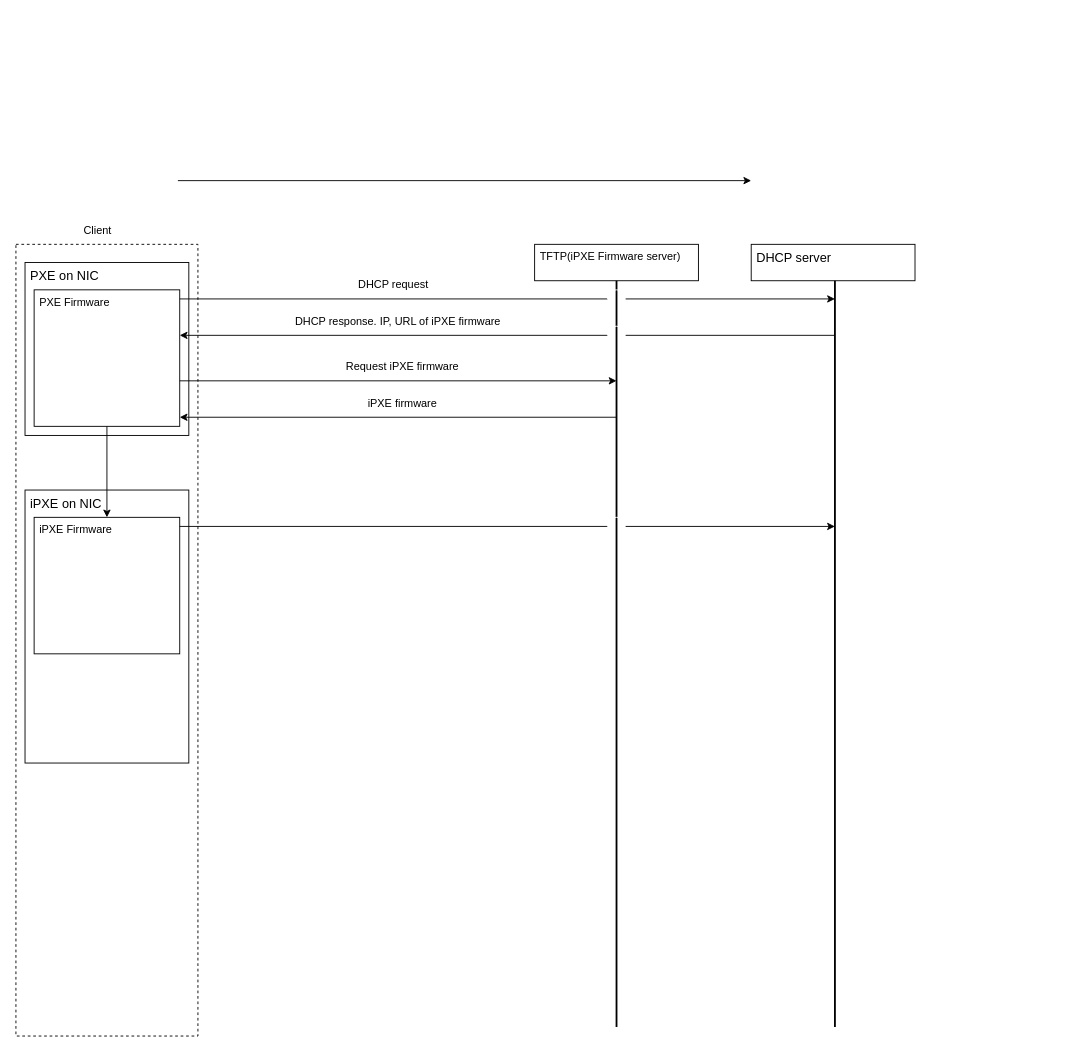
Before: page "Page-1" (1 of 2) of 06_iPXE/img/Diagrams.drawio in hobby-labs/note2, a draw.io diagram. Source tidied: cells renumbered, new cells numbered last; positions are measured from the earlier drawing's top-left corner, leaving out a move shared by most shapes. Both pictures are drawn from the tidied source at 91%, with x=0, y=0 at pixel (15, 180).
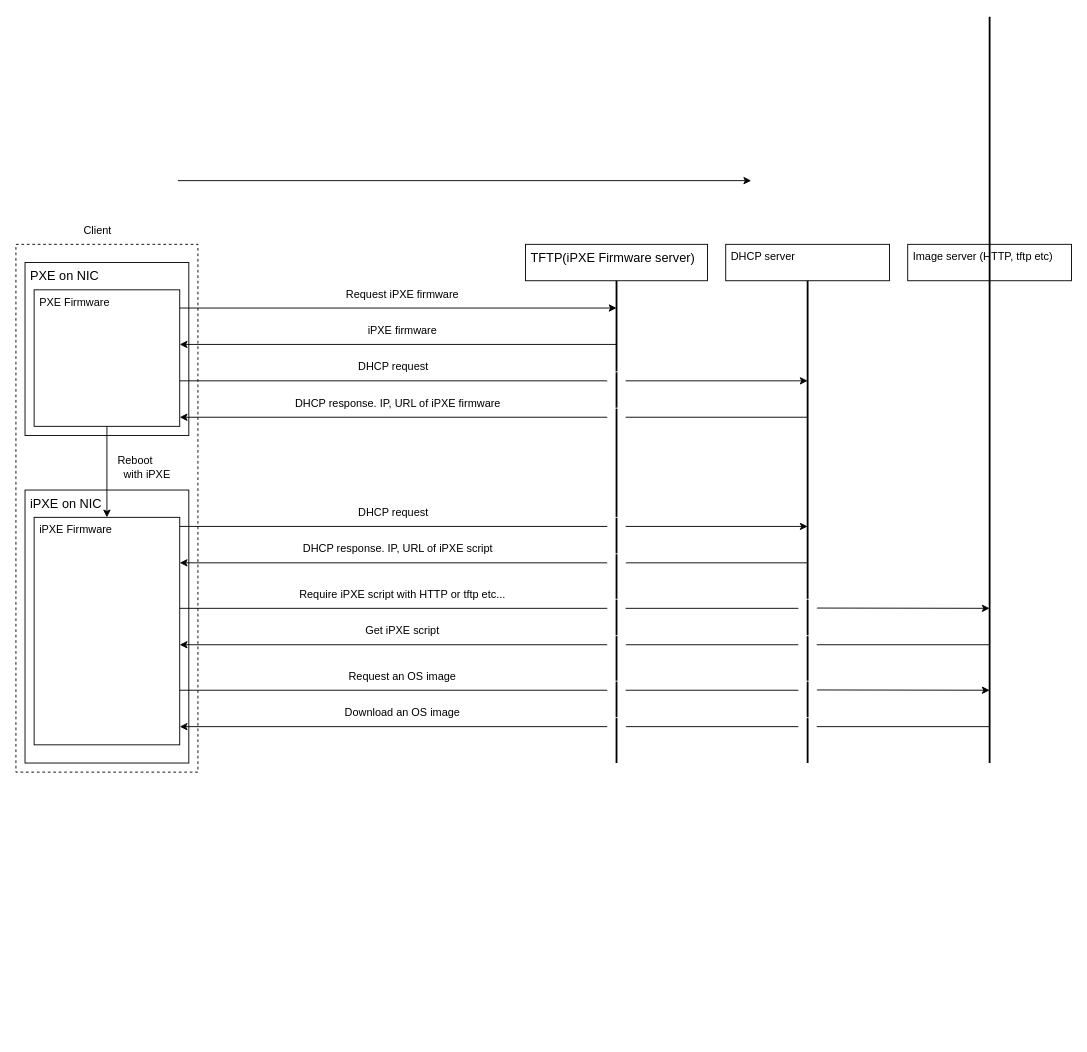
The same diagram, later.

The edit, as a diff of the source:
```diff
@@
     <mxCell id="2" style="rounded=0;whiteSpace=wrap;html=1;dashed=1;" parent="1" vertex="1">
-      <mxGeometry y="70" width="200" height="870" as="geometry" />
+      <mxGeometry y="70" width="200" height="580" as="geometry" />
     </mxCell>
@@
-    <mxCell id="4" value="&lt;span style=&quot;font-size: 14px;&quot;&gt;DHCP server&lt;/span&gt;" style="rounded=0;whiteSpace=wrap;html=1;align=left;verticalAlign=top;spacingLeft=4;" parent="1" vertex="1">
-      <mxGeometry x="808" y="70" width="180" height="40" as="geometry" />
+    <mxCell id="4" value="&lt;span style=&quot;font-size: 14px;&quot;&gt;TFTP(iPXE Firmware server)&lt;/span&gt;" style="rounded=0;whiteSpace=wrap;html=1;align=left;verticalAlign=top;spacingLeft=4;" parent="1" vertex="1">
+      <mxGeometry x="560" y="70" width="200" height="40" as="geometry" />
     </mxCell>
@@
-    <mxCell id="7" style="endArrow=none;html=1;rounded=0;endFill=0;" parent="1" edge="1">
-      <mxGeometry relative="1" as="geometry">
-        <mxPoint x="180" y="130" as="sourcePoint" />
-        <mxPoint x="650" y="130" as="targetPoint" />
-      </mxGeometry>
-    </mxCell>
     <mxCell id="8" value="DHCP request" style="text;html=1;strokeColor=none;fillColor=none;align=center;verticalAlign=middle;whiteSpace=wrap;rounded=0;" parent="1" vertex="1">
-      <mxGeometry x="360" y="100" width="110" height="30" as="geometry" />
+      <mxGeometry x="360" y="190" width="110" height="30" as="geometry" />
     </mxCell>
-    <mxCell id="9" style="endArrow=classic;html=1;rounded=0;" parent="1" edge="1">
-      <mxGeometry relative="1" as="geometry">
-        <mxPoint x="650" y="170" as="sourcePoint" />
-        <mxPoint x="180" y="170" as="targetPoint" />
-      </mxGeometry>
-    </mxCell>
     <mxCell id="10" value="DHCP response. IP, URL of iPXE firmware" style="text;html=1;strokeColor=none;fillColor=none;align=center;verticalAlign=middle;whiteSpace=wrap;rounded=0;" parent="1" vertex="1">
-      <mxGeometry x="300" y="140" width="240" height="30" as="geometry" />
+      <mxGeometry x="300" y="230" width="240" height="30" as="geometry" />
     </mxCell>
@@
-    <mxCell id="12" value="TFTP(iPXE Firmware server)" style="rounded=0;whiteSpace=wrap;html=1;align=left;verticalAlign=top;spacingLeft=4;" parent="1" vertex="1">
-      <mxGeometry x="570" y="70" width="180" height="40" as="geometry" />
+    <mxCell id="12" value="DHCP server" style="rounded=0;whiteSpace=wrap;html=1;align=left;verticalAlign=top;spacingLeft=4;" parent="1" vertex="1">
+      <mxGeometry x="780" y="70" width="180" height="40" as="geometry" />
     </mxCell>
     <mxCell id="13" style="endArrow=none;html=1;rounded=0;entryX=0.5;entryY=1;entryDx=0;entryDy=0;fontSize=11;strokeWidth=2;" parent="1" edge="1" target="12">
       <mxGeometry relative="1" as="geometry">
-        <mxPoint x="660" y="930" as="sourcePoint" />
+        <mxPoint x="870" y="640" as="sourcePoint" />
       </mxGeometry>
     </mxCell>
     <mxCell id="14" style="endArrow=none;html=1;rounded=0;entryX=0.5;entryY=1;entryDx=0;entryDy=0;fontSize=11;strokeWidth=2;" parent="1" edge="1">
       <mxGeometry relative="1" as="geometry">
-        <mxPoint x="900" y="930" as="sourcePoint" />
-        <mxPoint x="900" y="110" as="targetPoint" />
+        <mxPoint x="660" y="640" as="sourcePoint" />
+        <mxPoint x="660" y="110" as="targetPoint" />
       </mxGeometry>
     </mxCell>
-    <mxCell id="15" style="curved=1;endArrow=none;html=1;rounded=0;strokeColor=#FFFFFF;endFill=0;" parent="1" edge="1">
-      <mxGeometry relative="1" as="geometry">
-        <mxPoint x="670" y="130" as="sourcePoint" />
-        <mxPoint x="650" y="130" as="targetPoint" />
-        <Array as="points">
-          <mxPoint x="670" y="120" />
-          <mxPoint x="650" y="120" />
-        </Array>
-      </mxGeometry>
-    </mxCell>
-    <mxCell id="16" style="endArrow=classic;html=1;rounded=0;endFill=1;" parent="1" edge="1">
-      <mxGeometry relative="1" as="geometry">
-        <mxPoint x="670" y="130" as="sourcePoint" />
-        <mxPoint x="900" y="130" as="targetPoint" />
-      </mxGeometry>
-    </mxCell>
-    <mxCell id="17" style="curved=1;endArrow=none;html=1;rounded=0;strokeColor=#FFFFFF;endFill=0;" parent="1" edge="1">
-      <mxGeometry relative="1" as="geometry">
-        <mxPoint x="670" y="170" as="sourcePoint" />
-        <mxPoint x="650" y="170" as="targetPoint" />
-        <Array as="points">
-          <mxPoint x="670" y="160" />
-          <mxPoint x="650" y="160" />
-        </Array>
-      </mxGeometry>
-    </mxCell>
-    <mxCell id="18" style="endArrow=none;html=1;rounded=0;endFill=0;" parent="1" edge="1">
-      <mxGeometry relative="1" as="geometry">
-        <mxPoint x="670" y="170" as="sourcePoint" />
-        <mxPoint x="900" y="170" as="targetPoint" />
-      </mxGeometry>
-    </mxCell>
     <mxCell id="19" style="endArrow=classic;html=1;rounded=0;endFill=1;" parent="1" edge="1">
       <mxGeometry relative="1" as="geometry">
-        <mxPoint x="180" y="220" as="sourcePoint" />
-        <mxPoint x="660" y="220" as="targetPoint" />
+        <mxPoint x="180" y="140" as="sourcePoint" />
+        <mxPoint x="660" y="140" as="targetPoint" />
       </mxGeometry>
     </mxCell>
     <mxCell id="20" value="Request iPXE firmware" style="text;html=1;strokeColor=none;fillColor=none;align=center;verticalAlign=middle;whiteSpace=wrap;rounded=0;" parent="1" vertex="1">
-      <mxGeometry x="350" y="190" width="150" height="30" as="geometry" />
+      <mxGeometry x="350" y="110" width="150" height="30" as="geometry" />
     </mxCell>
     <mxCell id="21" style="endArrow=classic;html=1;rounded=0;" parent="1" edge="1">
       <mxGeometry relative="1" as="geometry">
-        <mxPoint x="660" y="260" as="sourcePoint" />
-        <mxPoint x="180" y="260" as="targetPoint" />
+        <mxPoint x="660" y="180" as="sourcePoint" />
+        <mxPoint x="180" y="180" as="targetPoint" />
       </mxGeometry>
     </mxCell>
     <mxCell id="22" value="iPXE firmware" style="text;html=1;strokeColor=none;fillColor=none;align=center;verticalAlign=middle;whiteSpace=wrap;rounded=0;" parent="1" vertex="1">
-      <mxGeometry x="350" y="230" width="150" height="30" as="geometry" />
+      <mxGeometry x="350" y="150" width="150" height="30" as="geometry" />
     </mxCell>
@@
     <mxCell id="24" value="iPXE Firmware" style="rounded=0;whiteSpace=wrap;html=1;align=left;verticalAlign=top;spacingLeft=4;" parent="1" vertex="1">
-      <mxGeometry x="20" y="370" width="160" height="150" as="geometry" />
+      <mxGeometry x="20" y="370" width="160" height="250" as="geometry" />
     </mxCell>
@@
+    <mxCell id="29" value="DHCP request" style="text;html=1;strokeColor=none;fillColor=none;align=center;verticalAlign=middle;whiteSpace=wrap;rounded=0;" parent="1" vertex="1">
+      <mxGeometry x="360" y="350" width="110" height="30" as="geometry" />
+    </mxCell>
+    <mxCell id="30" value="Reboot &lt;br&gt;&amp;nbsp; with iPXE" style="text;html=1;strokeColor=none;fillColor=none;align=left;verticalAlign=middle;whiteSpace=wrap;rounded=0;" parent="1" vertex="1">
+      <mxGeometry x="110" y="300" width="110" height="30" as="geometry" />
+    </mxCell>
+    <mxCell id="31" value="DHCP response. IP, URL of iPXE script" style="text;html=1;strokeColor=none;fillColor=none;align=center;verticalAlign=middle;whiteSpace=wrap;rounded=0;" parent="1" vertex="1">
+      <mxGeometry x="300" y="390" width="240" height="30" as="geometry" />
+    </mxCell>
+    <mxCell id="32" style="group;" parent="1" vertex="1">
+      <mxGeometry x="180" y="210" width="690" height="10" as="geometry" />
+    </mxCell>
+    <mxCell id="7" style="endArrow=none;html=1;rounded=0;endFill=0;" parent="32" edge="1">
+      <mxGeometry relative="1" as="geometry">
+        <mxPoint y="10" as="sourcePoint" />
+        <mxPoint x="470" y="10" as="targetPoint" />
+      </mxGeometry>
+    </mxCell>
+    <mxCell id="15" style="curved=1;endArrow=none;html=1;rounded=0;strokeColor=#FFFFFF;endFill=0;" parent="32" edge="1">
+      <mxGeometry relative="1" as="geometry">
+        <mxPoint x="490" y="10" as="sourcePoint" />
+        <mxPoint x="470" y="10" as="targetPoint" />
+        <Array as="points">
+          <mxPoint x="490" />
+          <mxPoint x="470" />
+        </Array>
+      </mxGeometry>
+    </mxCell>
+    <mxCell id="16" style="endArrow=classic;html=1;rounded=0;endFill=1;" parent="32" edge="1">
+      <mxGeometry relative="1" as="geometry">
+        <mxPoint x="490" y="10" as="sourcePoint" />
+        <mxPoint x="690" y="10" as="targetPoint" />
+      </mxGeometry>
+    </mxCell>
+    <mxCell id="33" style="group;" parent="1" vertex="1">
+      <mxGeometry x="180" y="250" width="690" height="10" as="geometry" />
+    </mxCell>
+    <mxCell id="9" style="endArrow=classic;html=1;rounded=0;" parent="33" edge="1">
+      <mxGeometry relative="1" as="geometry">
+        <mxPoint x="470" y="10" as="sourcePoint" />
+        <mxPoint y="10" as="targetPoint" />
+      </mxGeometry>
+    </mxCell>
+    <mxCell id="17" style="curved=1;endArrow=none;html=1;rounded=0;strokeColor=#FFFFFF;endFill=0;" parent="33" edge="1">
+      <mxGeometry relative="1" as="geometry">
+        <mxPoint x="490" y="10" as="sourcePoint" />
+        <mxPoint x="470" y="10" as="targetPoint" />
+        <Array as="points">
+          <mxPoint x="490" />
+          <mxPoint x="470" />
+        </Array>
+      </mxGeometry>
+    </mxCell>
+    <mxCell id="18" style="endArrow=none;html=1;rounded=0;endFill=0;" parent="33" edge="1">
+      <mxGeometry relative="1" as="geometry">
+        <mxPoint x="490" y="10" as="sourcePoint" />
+        <mxPoint x="690" y="10" as="targetPoint" />
+      </mxGeometry>
+    </mxCell>
+    <mxCell id="34" style="group;" parent="1" vertex="1">
+      <mxGeometry x="180" y="370" width="690" height="10" as="geometry" />
+    </mxCell>
-    <mxCell id="26" style="endArrow=none;html=1;rounded=0;endFill=0;" parent="1" edge="1">
+    <mxCell id="26" style="endArrow=none;html=1;rounded=0;endFill=0;" parent="34" edge="1">
       <mxGeometry relative="1" as="geometry">
-        <mxPoint x="180" y="380" as="sourcePoint" />
-        <mxPoint x="650" y="380" as="targetPoint" />
+        <mxPoint y="10" as="sourcePoint" />
+        <mxPoint x="470" y="10" as="targetPoint" />
       </mxGeometry>
     </mxCell>
-    <mxCell id="27" style="curved=1;endArrow=none;html=1;rounded=0;strokeColor=#FFFFFF;endFill=0;" parent="1" edge="1">
+    <mxCell id="27" style="curved=1;endArrow=none;html=1;rounded=0;strokeColor=#FFFFFF;endFill=0;" parent="34" edge="1">
       <mxGeometry relative="1" as="geometry">
-        <mxPoint x="670" y="380" as="sourcePoint" />
-        <mxPoint x="650" y="380" as="targetPoint" />
+        <mxPoint x="490" y="10" as="sourcePoint" />
+        <mxPoint x="470" y="10" as="targetPoint" />
         <Array as="points">
-          <mxPoint x="670" y="370" />
-          <mxPoint x="650" y="370" />
+          <mxPoint x="490" />
+          <mxPoint x="470" />
         </Array>
       </mxGeometry>
     </mxCell>
-    <mxCell id="28" style="endArrow=classic;html=1;rounded=0;endFill=1;" parent="1" edge="1">
+    <mxCell id="28" style="endArrow=classic;html=1;rounded=0;endFill=1;" parent="34" edge="1">
       <mxGeometry relative="1" as="geometry">
-        <mxPoint x="670" y="380" as="sourcePoint" />
-        <mxPoint x="900" y="380" as="targetPoint" />
+        <mxPoint x="490" y="10" as="sourcePoint" />
+        <mxPoint x="690" y="10" as="targetPoint" />
       </mxGeometry>
     </mxCell>
+    <mxCell id="35" style="group;" parent="1" vertex="1">
+      <mxGeometry x="180" y="410" width="690" height="10" as="geometry" />
+    </mxCell>
+    <mxCell id="36" style="endArrow=none;html=1;rounded=0;endFill=0;" parent="35" edge="1">
+      <mxGeometry relative="1" as="geometry">
+        <mxPoint x="490" y="10" as="sourcePoint" />
+        <mxPoint x="690" y="10" as="targetPoint" />
+      </mxGeometry>
+    </mxCell>
+    <mxCell id="37" style="endArrow=classic;html=1;rounded=0;" parent="35" edge="1">
+      <mxGeometry relative="1" as="geometry">
+        <mxPoint x="470" y="10" as="sourcePoint" />
+        <mxPoint y="10" as="targetPoint" />
+      </mxGeometry>
+    </mxCell>
+    <mxCell id="38" style="curved=1;endArrow=none;html=1;rounded=0;strokeColor=#FFFFFF;endFill=0;" parent="35" edge="1">
+      <mxGeometry relative="1" as="geometry">
+        <mxPoint x="490" y="10" as="sourcePoint" />
+        <mxPoint x="470" y="10" as="targetPoint" />
+        <Array as="points">
+          <mxPoint x="490" />
+          <mxPoint x="470" />
+        </Array>
+      </mxGeometry>
+    </mxCell>
+    <mxCell id="39" value="Image server (HTTP, tftp etc)" style="rounded=0;whiteSpace=wrap;html=1;align=left;verticalAlign=top;spacingLeft=4;" parent="1" vertex="1">
+      <mxGeometry x="980" y="70" width="180" height="40" as="geometry" />
+    </mxCell>
+    <mxCell id="40" style="endArrow=none;html=1;rounded=0;entryX=0.5;entryY=1;entryDx=0;entryDy=0;fontSize=11;strokeWidth=2;" parent="1" edge="1">
+      <mxGeometry relative="1" as="geometry">
+        <mxPoint x="1070" y="640" as="sourcePoint" />
+        <mxPoint x="1070" y="-180" as="targetPoint" />
+      </mxGeometry>
+    </mxCell>
+    <mxCell id="41" value="Require iPXE script with HTTP or tftp etc..." style="text;html=1;strokeColor=none;fillColor=none;align=center;verticalAlign=middle;whiteSpace=wrap;rounded=0;" parent="1" vertex="1">
+      <mxGeometry x="290" y="440" width="270" height="30" as="geometry" />
+    </mxCell>
+    <mxCell id="42" value="Get iPXE script" style="text;html=1;strokeColor=none;fillColor=none;align=center;verticalAlign=middle;whiteSpace=wrap;rounded=0;" parent="1" vertex="1">
+      <mxGeometry x="290" y="480" width="270" height="30" as="geometry" />
+    </mxCell>
+    <mxCell id="43" style="group;" parent="1" vertex="1">
+      <mxGeometry x="180" y="460" width="890" height="10" as="geometry" />
+    </mxCell>
+    <mxCell id="44" style="endArrow=none;html=1;rounded=0;endFill=0;" parent="43" edge="1">
+      <mxGeometry relative="1" as="geometry">
+        <mxPoint y="10" as="sourcePoint" />
+        <mxPoint x="470" y="10" as="targetPoint" />
+      </mxGeometry>
+    </mxCell>
+    <mxCell id="45" style="curved=1;endArrow=none;html=1;rounded=0;strokeColor=#FFFFFF;endFill=0;" parent="43" edge="1">
+      <mxGeometry relative="1" as="geometry">
+        <mxPoint x="490" y="10" as="sourcePoint" />
+        <mxPoint x="470" y="10" as="targetPoint" />
+        <Array as="points">
+          <mxPoint x="490" />
+          <mxPoint x="470" />
+        </Array>
+      </mxGeometry>
+    </mxCell>
+    <mxCell id="46" style="endArrow=classic;html=1;rounded=0;endFill=1;" parent="43" edge="1">
+      <mxGeometry relative="1" as="geometry">
+        <mxPoint x="700" y="9.7" as="sourcePoint" />
+        <mxPoint x="890" y="10" as="targetPoint" />
+      </mxGeometry>
+    </mxCell>
+    <mxCell id="47" style="endArrow=none;html=1;rounded=0;endFill=0;" parent="43" edge="1">
+      <mxGeometry relative="1" as="geometry">
+        <mxPoint x="490" y="10" as="sourcePoint" />
+        <mxPoint x="680" y="10" as="targetPoint" />
+      </mxGeometry>
+    </mxCell>
+    <mxCell id="48" style="curved=1;endArrow=none;html=1;rounded=0;strokeColor=#FFFFFF;endFill=0;" parent="43" edge="1">
+      <mxGeometry relative="1" as="geometry">
+        <mxPoint x="700" y="10" as="sourcePoint" />
+        <mxPoint x="680" y="10" as="targetPoint" />
+        <Array as="points">
+          <mxPoint x="700" />
+          <mxPoint x="680" />
+        </Array>
+      </mxGeometry>
+    </mxCell>
+    <mxCell id="49" style="group;" parent="1" vertex="1">
+      <mxGeometry x="180" y="500" width="890" height="10" as="geometry" />
+    </mxCell>
+    <mxCell id="50" style="endArrow=none;html=1;rounded=0;endFill=0;" parent="49" edge="1">
+      <mxGeometry relative="1" as="geometry">
+        <mxPoint x="490" y="10" as="sourcePoint" />
+        <mxPoint x="680" y="10" as="targetPoint" />
+      </mxGeometry>
+    </mxCell>
+    <mxCell id="51" style="endArrow=classic;html=1;rounded=0;" parent="49" edge="1">
+      <mxGeometry relative="1" as="geometry">
+        <mxPoint x="470" y="10" as="sourcePoint" />
+        <mxPoint y="10" as="targetPoint" />
+      </mxGeometry>
+    </mxCell>
+    <mxCell id="52" style="curved=1;endArrow=none;html=1;rounded=0;strokeColor=#FFFFFF;endFill=0;" parent="49" edge="1">
+      <mxGeometry relative="1" as="geometry">
+        <mxPoint x="490" y="10" as="sourcePoint" />
+        <mxPoint x="470" y="10" as="targetPoint" />
+        <Array as="points">
+          <mxPoint x="490" />
+          <mxPoint x="470" />
+        </Array>
+      </mxGeometry>
+    </mxCell>
+    <mxCell id="53" style="curved=1;endArrow=none;html=1;rounded=0;strokeColor=#FFFFFF;endFill=0;" parent="49" edge="1">
+      <mxGeometry relative="1" as="geometry">
+        <mxPoint x="700" y="10" as="sourcePoint" />
+        <mxPoint x="680" y="10" as="targetPoint" />
+        <Array as="points">
+          <mxPoint x="700" />
+          <mxPoint x="680" />
+        </Array>
+      </mxGeometry>
+    </mxCell>
+    <mxCell id="54" style="endArrow=none;html=1;rounded=0;endFill=0;" parent="49" edge="1">
+      <mxGeometry relative="1" as="geometry">
+        <mxPoint x="700" y="10" as="sourcePoint" />
+        <mxPoint x="890" y="10" as="targetPoint" />
+      </mxGeometry>
+    </mxCell>
+    <mxCell id="55" style="group;" parent="1" vertex="1">
+      <mxGeometry x="180" y="550" width="890" height="10" as="geometry" />
+    </mxCell>
+    <mxCell id="56" style="endArrow=none;html=1;rounded=0;endFill=0;" parent="55" edge="1">
+      <mxGeometry relative="1" as="geometry">
+        <mxPoint y="10" as="sourcePoint" />
+        <mxPoint x="470" y="10" as="targetPoint" />
+      </mxGeometry>
+    </mxCell>
+    <mxCell id="57" style="curved=1;endArrow=none;html=1;rounded=0;strokeColor=#FFFFFF;endFill=0;" parent="55" edge="1">
+      <mxGeometry relative="1" as="geometry">
+        <mxPoint x="490" y="10" as="sourcePoint" />
+        <mxPoint x="470" y="10" as="targetPoint" />
+        <Array as="points">
+          <mxPoint x="490" />
+          <mxPoint x="470" />
+        </Array>
+      </mxGeometry>
+    </mxCell>
+    <mxCell id="58" style="endArrow=classic;html=1;rounded=0;endFill=1;" parent="55" edge="1">
+      <mxGeometry relative="1" as="geometry">
+        <mxPoint x="700" y="9.7" as="sourcePoint" />
+        <mxPoint x="890" y="10" as="targetPoint" />
+      </mxGeometry>
+    </mxCell>
+    <mxCell id="59" style="endArrow=none;html=1;rounded=0;endFill=0;" parent="55" edge="1">
+      <mxGeometry relative="1" as="geometry">
+        <mxPoint x="490" y="10" as="sourcePoint" />
+        <mxPoint x="680" y="10" as="targetPoint" />
+      </mxGeometry>
+    </mxCell>
+    <mxCell id="60" style="curved=1;endArrow=none;html=1;rounded=0;strokeColor=#FFFFFF;endFill=0;" parent="55" edge="1">
+      <mxGeometry relative="1" as="geometry">
+        <mxPoint x="700" y="10" as="sourcePoint" />
+        <mxPoint x="680" y="10" as="targetPoint" />
+        <Array as="points">
+          <mxPoint x="700" />
+          <mxPoint x="680" />
+        </Array>
+      </mxGeometry>
+    </mxCell>
+    <mxCell id="61" value="Request an OS image" style="text;html=1;strokeColor=none;fillColor=none;align=center;verticalAlign=middle;whiteSpace=wrap;rounded=0;" parent="1" vertex="1">
+      <mxGeometry x="290" y="530" width="270" height="30" as="geometry" />
+    </mxCell>
+    <mxCell id="62" style="group;" parent="1" vertex="1">
+      <mxGeometry x="180" y="590" width="890" height="10" as="geometry" />
+    </mxCell>
+    <mxCell id="63" style="endArrow=none;html=1;rounded=0;endFill=0;" parent="62" edge="1">
+      <mxGeometry relative="1" as="geometry">
+        <mxPoint x="490" y="10" as="sourcePoint" />
+        <mxPoint x="680" y="10" as="targetPoint" />
+      </mxGeometry>
+    </mxCell>
+    <mxCell id="64" style="endArrow=classic;html=1;rounded=0;" parent="62" edge="1">
+      <mxGeometry relative="1" as="geometry">
+        <mxPoint x="470" y="10" as="sourcePoint" />
+        <mxPoint y="10" as="targetPoint" />
+      </mxGeometry>
+    </mxCell>
+    <mxCell id="65" style="curved=1;endArrow=none;html=1;rounded=0;strokeColor=#FFFFFF;endFill=0;" parent="62" edge="1">
+      <mxGeometry relative="1" as="geometry">
+        <mxPoint x="490" y="10" as="sourcePoint" />
+        <mxPoint x="470" y="10" as="targetPoint" />
+        <Array as="points">
+          <mxPoint x="490" />
+          <mxPoint x="470" />
+        </Array>
+      </mxGeometry>
+    </mxCell>
+    <mxCell id="66" style="curved=1;endArrow=none;html=1;rounded=0;strokeColor=#FFFFFF;endFill=0;" parent="62" edge="1">
+      <mxGeometry relative="1" as="geometry">
+        <mxPoint x="700" y="10" as="sourcePoint" />
+        <mxPoint x="680" y="10" as="targetPoint" />
+        <Array as="points">
+          <mxPoint x="700" />
+          <mxPoint x="680" />
+        </Array>
+      </mxGeometry>
+    </mxCell>
+    <mxCell id="67" style="endArrow=none;html=1;rounded=0;endFill=0;" parent="62" edge="1">
+      <mxGeometry relative="1" as="geometry">
+        <mxPoint x="700" y="10" as="sourcePoint" />
+        <mxPoint x="890" y="10" as="targetPoint" />
+      </mxGeometry>
+    </mxCell>
+    <mxCell id="68" value="Download an OS image" style="text;html=1;strokeColor=none;fillColor=none;align=center;verticalAlign=middle;whiteSpace=wrap;rounded=0;" parent="1" vertex="1">
+      <mxGeometry x="290" y="570" width="270" height="30" as="geometry" />
+    </mxCell>
```
